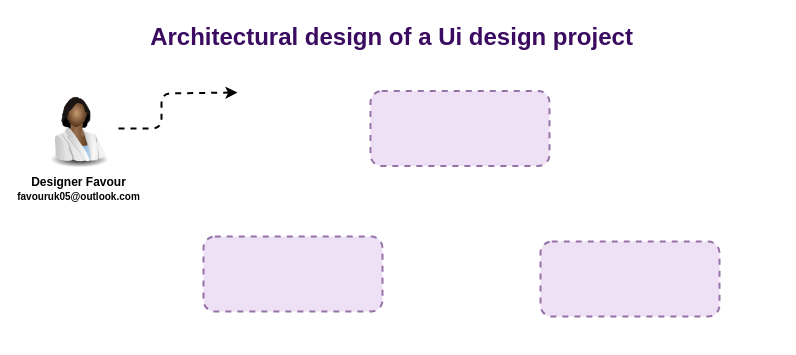
Before: Untitled Diagram.drawio in favouruk05/example-repo, a draw.io diagram. Source tidied: cells renumbered, new cells numbered last; positions are measured from the earlier drawing's top-left corner, leaving out a move shared by most shapes. Both pictures are drawn from the tidied source at 100%, with x=0, y=0 at pixel (38, 17). Pictures stored in the file or linked from it are replaced by grey dashed boxes.
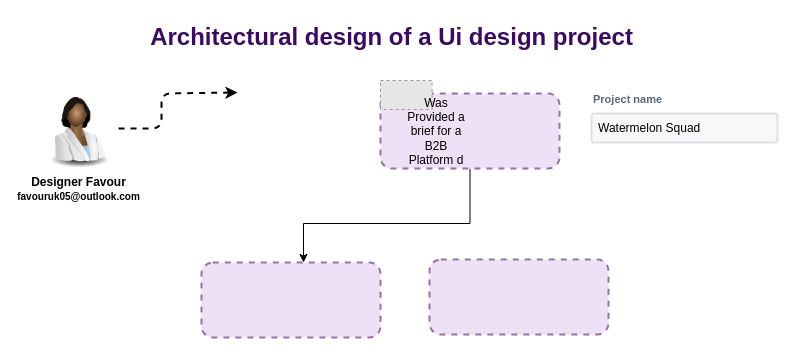
The same page after the edit.

The edit, as a diff of the source:
```diff
@@
 <mxGraphModel>
   <root>
     <mxCell id="0" />
     <mxCell id="1" parent="0" />
+    <mxCell id="8" style="edgeStyle=orthogonalEdgeStyle;rounded=0;jettySize=auto;html=1;" parent="1" edge="1" source="2" target="5">
+      <mxGeometry relative="1" as="geometry">
+        <Array as="points">
+          <mxPoint x="431" y="206" />
+          <mxPoint x="265" y="206" />
+        </Array>
+      </mxGeometry>
+    </mxCell>
     <mxCell id="2" style="rounded=1;whiteSpace=wrap;html=1;fillColor=#eee0f5;strokeColor=#9673a6;strokeWidth=2;dashed=1;" parent="1" vertex="1">
-      <mxGeometry x="332" y="73.5" width="179" height="75" as="geometry" />
+      <mxGeometry x="342" y="76" width="179" height="75" as="geometry" />
     </mxCell>
     <mxCell id="3" style="edgeStyle=orthogonalEdgeStyle;rounded=1;jettySize=auto;html=1;dashed=1;strokeWidth=2;curved=0;" parent="1" edge="1" source="4">
       <mxGeometry relative="1" as="geometry">
         <mxPoint x="199" y="75" as="targetPoint" />
         <Array as="points">
           <mxPoint x="123" y="111" />
           <mxPoint x="123" y="76" />
         </Array>
       </mxGeometry>
     </mxCell>
     <mxCell id="4" value="&lt;span&gt;Designer Favour&lt;br&gt;&lt;font style=&quot;font-size: 10px;&quot;&gt;favouruk05@outlook.com&lt;/font&gt;&lt;/span&gt;" style="image;html=1;image=img/lib/clip_art/people/Scientist_Woman_Black_128x128.png;fontStyle=1;" parent="1" vertex="1">
       <mxGeometry y="71" width="80" height="80" as="geometry" />
     </mxCell>
     <mxCell id="5" style="rounded=1;whiteSpace=wrap;html=1;fillColor=#eee0f5;strokeColor=#9673a6;strokeWidth=2;dashed=1;" parent="1" vertex="1">
-      <mxGeometry x="502" y="224" width="179" height="75" as="geometry" />
+      <mxGeometry x="163" y="245" width="179" height="75" as="geometry" />
     </mxCell>
     <mxCell id="6" style="rounded=1;whiteSpace=wrap;html=1;fillColor=#eee0f5;strokeColor=#9673a6;strokeWidth=2;dashed=1;" parent="1" vertex="1">
-      <mxGeometry x="165" y="219" width="179" height="75" as="geometry" />
+      <mxGeometry x="391" y="242" width="179" height="75" as="geometry" />
     </mxCell>
     <mxCell id="7" value="Architectural design of a Ui design project" style="text;strokeColor=none;fillColor=none;html=1;fontSize=24;fontStyle=1;verticalAlign=middle;align=center;fontColor=#3a0b60;" parent="1" vertex="1">
       <mxGeometry x="90" width="525" height="40" as="geometry" />
     </mxCell>
+    <mxCell id="9" style="fillColor=#E6E6E6;strokeColor=#999999;dashed=1;verticalLabelPosition=bottom;labelBackgroundColor=default;verticalAlign=top;" parent="1" vertex="1">
+      <mxGeometry x="342" y="63" width="51.6" height="29" as="geometry" />
+    </mxCell>
+    <mxCell id="10" value="Was Provided a brief for a B2B Platform d" style="text;html=1;align=center;verticalAlign=middle;whiteSpace=wrap;rounded=0;" parent="1" vertex="1">
+      <mxGeometry x="368" y="98.5" width="60" height="30" as="geometry" />
+    </mxCell>
+    <mxCell id="11" value="Project name" style="fillColor=none;strokeColor=none;html=1;fontSize=11;fontStyle=0;align=left;fontColor=#596780;fontStyle=1;fontSize=11;" parent="1" vertex="1">
+      <mxGeometry x="553" y="72" width="104" height="20" as="geometry" />
+    </mxCell>
+    <mxCell id="12" value="Watermelon Squad" style="rounded=1;arcSize=9;fillColor=#F7F8F9;align=left;spacingLeft=5;strokeColor=#DEE1E6;html=1;strokeWidth=2;fontSize=12;" parent="1" vertex="1">
+      <mxGeometry x="553" y="96" width="186" height="29" as="geometry" />
+    </mxCell>
   </root>
 </mxGraphModel>
```
